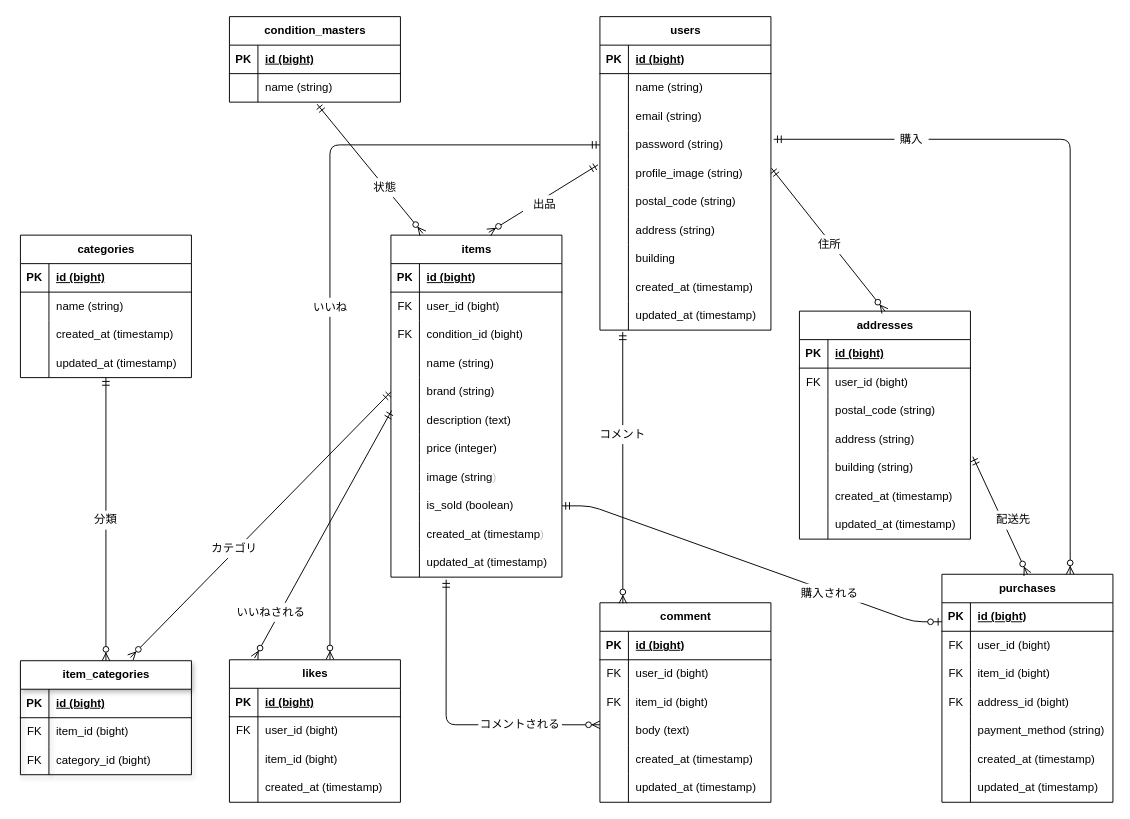
Earlier version of the draw.io diagram src/database/er_diagram.drawio (yoko-sakamaki/furima-app). Source tidied: cells renumbered, new cells numbered last; positions are measured from the earlier drawing's top-left corner, leaving out a move shared by most shapes. Both pictures are drawn from the tidied source at 95%, with x=0, y=0 at pixel (20, 16).
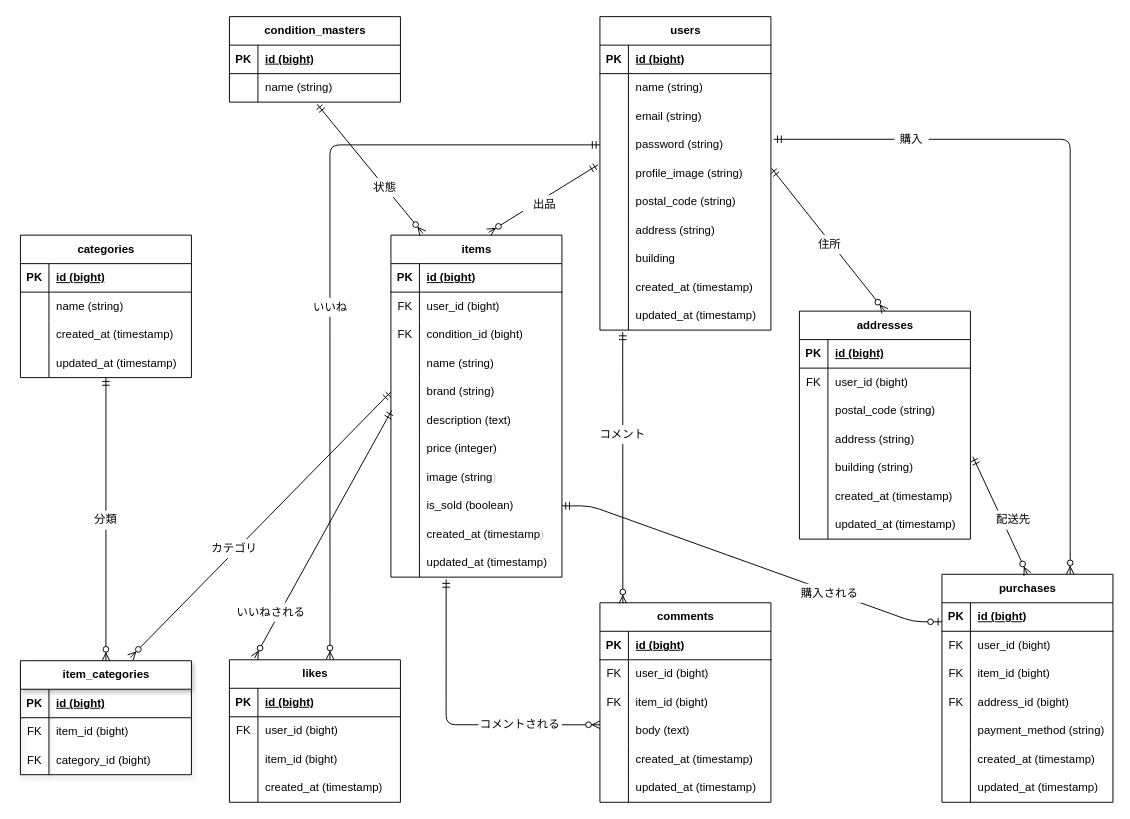
Above is the later version.

Commit message (it also covers changes not shown here):
fix: 未ログインマイリストをリダイレクト・テスト修正・ER図更新・README修正

The edit, as a diff of the source:
```diff
@@
-<mxGraphModel>
+<mxGraphModel background="#ffffff">
@@
-    <mxCell id="122" value="comment" style="shape=table;startSize=30;childLayout=tableLayout;rowLines=0;fontStyle=1;align=center;html=1;" parent="1" vertex="1">
+    <mxCell id="122" value="comments" style="shape=table;startSize=30;childLayout=tableLayout;rowLines=0;fontStyle=1;align=center;html=1;" parent="1" vertex="1">
       <mxGeometry x="610" y="617" width="180" height="210" as="geometry" />
     </mxCell>
```
